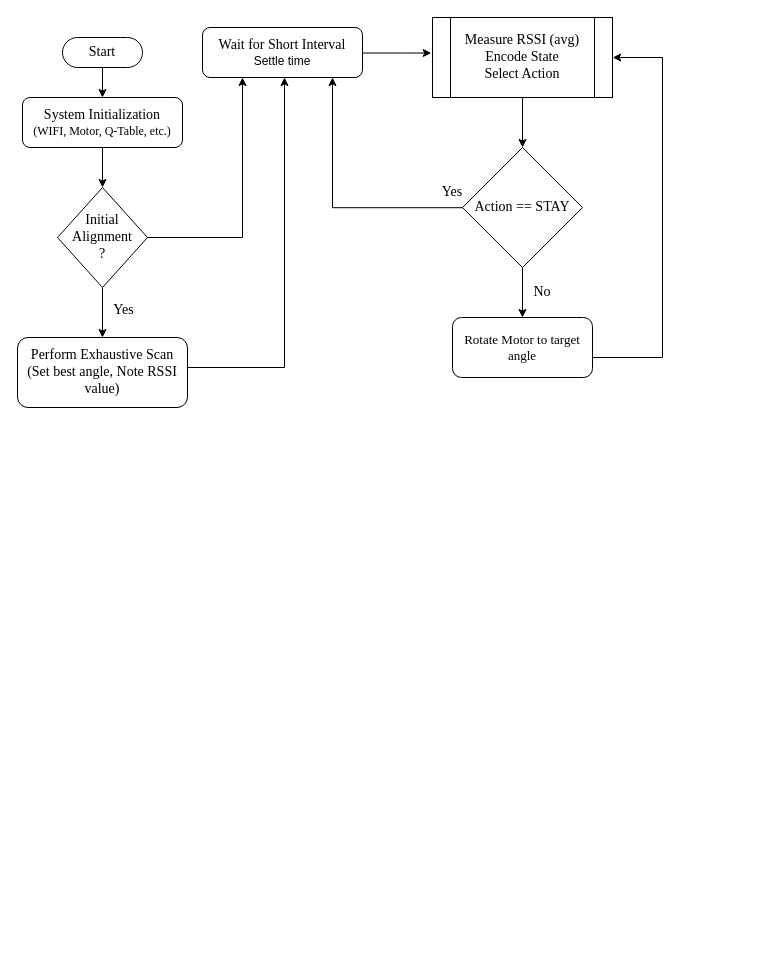
The draw.io diagram Reports/Untitled Diagram.drawio in bibekjoshi01/minor-project, before the edit. Source tidied: cells renumbered, new cells numbered last; positions are measured from the earlier drawing's top-left corner, leaving out a move shared by most shapes. Both pictures are drawn from the tidied source at 100%, with x=0, y=0 at pixel (17, 17).
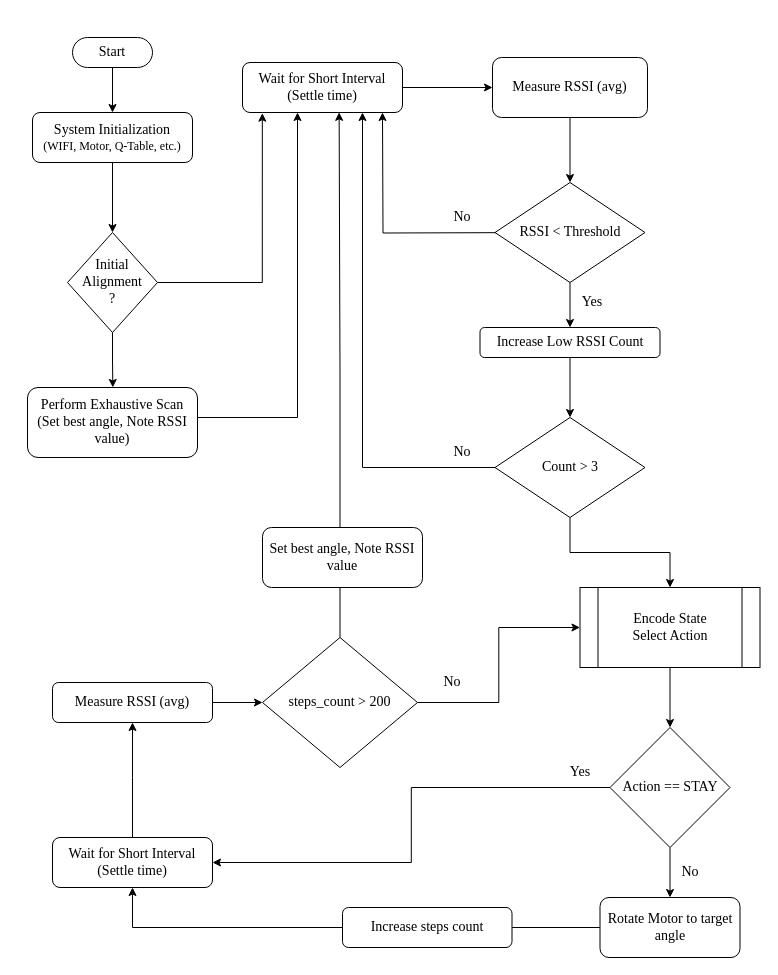
After the change.

Change to the diagram source:
```diff
@@
+    <mxCell id="9" style="edgeStyle=orthogonalEdgeStyle;rounded=0;jettySize=auto;html=1;" parent="1" edge="1" source="2" target="6">
+      <mxGeometry relative="1" as="geometry" />
+    </mxCell>
     <mxCell id="2" value="&lt;div&gt;&lt;font face=&quot;Times New Roman&quot; style=&quot;font-size: 14px;&quot;&gt;System Initialization&lt;/font&gt;&lt;/div&gt;&lt;font face=&quot;Times New Roman&quot;&gt;(WIFI, Motor, Q-Table, etc.)&lt;/font&gt;" style="rounded=1;whiteSpace=wrap;html=1;" parent="1" vertex="1">
-      <mxGeometry x="5" y="80" width="160" height="50" as="geometry" />
+      <mxGeometry x="15" y="95" width="160" height="50" as="geometry" />
     </mxCell>
-    <mxCell id="3" style="edgeStyle=orthogonalEdgeStyle;rounded=0;jettySize=auto;html=1;entryX=0.5;entryY=0;entryDx=0;entryDy=0;" parent="1" edge="1" source="6" target="11">
-      <mxGeometry relative="1" as="geometry" />
-    </mxCell>
-    <mxCell id="4" value="&lt;font face=&quot;Times New Roman&quot; style=&quot;font-size: 14px;&quot;&gt;Yes&lt;/font&gt;" style="edgeLabel;html=1;align=center;verticalAlign=middle;" parent="3" vertex="1">
-      <mxGeometry x="-0.13" relative="1" as="geometry">
-        <mxPoint x="20" as="offset" />
-      </mxGeometry>
-    </mxCell>
-    <mxCell id="5" style="edgeStyle=orthogonalEdgeStyle;rounded=0;jettySize=auto;html=1;exitX=1;exitY=0.5;exitDx=0;exitDy=0;entryX=0.25;entryY=1;entryDx=0;entryDy=0;" parent="1" edge="1" target="12">
-      <mxGeometry relative="1" as="geometry">
-        <mxPoint x="45" y="220" as="sourcePoint" />
-        <Array as="points">
-          <mxPoint x="225" y="220" />
-        </Array>
-      </mxGeometry>
-    </mxCell>
+    <mxCell id="23" style="edgeStyle=orthogonalEdgeStyle;rounded=0;jettySize=auto;html=1;entryX=0.124;entryY=1.014;entryDx=0;entryDy=0;entryPerimeter=0;" parent="1" edge="1" source="6" target="12">
+      <mxGeometry relative="1" as="geometry" />
+    </mxCell>
     <mxCell id="6" value="&lt;div&gt;Initial Alignment&lt;/div&gt;&lt;div&gt;?&lt;/div&gt;" style="rhombus;whiteSpace=wrap;html=1;fontFamily=Times New Roman;fontSize=14;" parent="1" vertex="1">
-      <mxGeometry x="40" y="170" width="90" height="100" as="geometry" />
+      <mxGeometry x="50" y="215" width="90" height="100" as="geometry" />
     </mxCell>
@@
     <mxCell id="8" value="&lt;font face=&quot;Times New Roman&quot; style=&quot;font-size: 14px;&quot;&gt;Start&lt;/font&gt;" style="html=1;dashed=0;whiteSpace=wrap;shape=mxgraph.dfd.start;" parent="1" vertex="1">
-      <mxGeometry x="45" y="20" width="80" height="30" as="geometry" />
+      <mxGeometry x="55" y="20" width="80" height="30" as="geometry" />
     </mxCell>
-    <mxCell id="9" style="edgeStyle=orthogonalEdgeStyle;rounded=0;jettySize=auto;html=1;entryX=0.5;entryY=0;entryDx=0;entryDy=0;" parent="1" edge="1" source="2" target="6">
-      <mxGeometry relative="1" as="geometry" />
-    </mxCell>
-    <mxCell id="10" style="edgeStyle=orthogonalEdgeStyle;rounded=0;orthogonalLoop=1;jettySize=auto;html=1;" parent="1" edge="1">
-      <mxGeometry relative="1" as="geometry">
-        <mxPoint x="105" y="350" as="sourcePoint" />
-        <mxPoint x="267" y="60" as="targetPoint" />
-        <Array as="points">
-          <mxPoint x="267" y="350" />
-        </Array>
-      </mxGeometry>
-    </mxCell>
+    <mxCell id="24" style="edgeStyle=orthogonalEdgeStyle;rounded=0;orthogonalLoop=1;jettySize=auto;html=1;" parent="1" edge="1">
+      <mxGeometry relative="1" as="geometry">
+        <mxPoint x="155" y="400" as="sourcePoint" />
+        <mxPoint x="280" y="95" as="targetPoint" />
+        <Array as="points">
+          <mxPoint x="280" y="400" />
+        </Array>
+      </mxGeometry>
+    </mxCell>
     <mxCell id="11" value="&lt;div&gt;&lt;font face=&quot;Times New Roman&quot; style=&quot;font-size: 14px;&quot;&gt;Perform Exhaustive Scan&lt;/font&gt;&lt;/div&gt;&lt;div&gt;&lt;font face=&quot;Times New Roman&quot; style=&quot;font-size: 14px;&quot;&gt;(Set best angle, Note RSSI value)&lt;/font&gt;&lt;/div&gt;" style="rounded=1;whiteSpace=wrap;html=1;" parent="1" vertex="1">
-      <mxGeometry y="320" width="170" height="70" as="geometry" />
+      <mxGeometry x="10" y="370" width="170" height="70" as="geometry" />
     </mxCell>
+    <mxCell id="25" style="edgeStyle=orthogonalEdgeStyle;rounded=0;jettySize=auto;html=1;entryX=0;entryY=0.5;entryDx=0;entryDy=0;" parent="1" edge="1" source="12" target="29">
+      <mxGeometry relative="1" as="geometry" />
+    </mxCell>
-    <mxCell id="12" value="&lt;div&gt;&lt;font face=&quot;Times New Roman&quot; style=&quot;font-size: 14px;&quot;&gt;Wait for Short Interval&lt;/font&gt;&lt;/div&gt;Settle time" style="rounded=1;whiteSpace=wrap;html=1;" parent="1" vertex="1">
-      <mxGeometry x="185" y="10" width="160" height="50" as="geometry" />
+    <mxCell id="12" value="&lt;div&gt;&lt;font face=&quot;Times New Roman&quot; style=&quot;font-size: 14px;&quot;&gt;Wait for Short Interval&lt;/font&gt;&lt;/div&gt;&lt;font face=&quot;Times New Roman&quot; style=&quot;font-size: 14px;&quot;&gt;(Settle time)&lt;/font&gt;" style="rounded=1;whiteSpace=wrap;html=1;" parent="1" vertex="1">
+      <mxGeometry x="225" y="45" width="160" height="50" as="geometry" />
     </mxCell>
@@
-    <mxCell id="14" value="&lt;div&gt;&lt;font face=&quot;Times New Roman&quot; style=&quot;font-size: 14px;&quot;&gt;Measure RSSI (avg)&lt;/font&gt;&lt;/div&gt;&lt;div&gt;&lt;font face=&quot;Times New Roman&quot; style=&quot;font-size: 14px;&quot;&gt;Encode State&lt;/font&gt;&lt;/div&gt;&lt;div&gt;&lt;font face=&quot;Times New Roman&quot; style=&quot;font-size: 14px;&quot;&gt;Select Action&lt;/font&gt;&lt;/div&gt;" style="shape=process;whiteSpace=wrap;html=1;backgroundOutline=1;" parent="1" vertex="1">
-      <mxGeometry x="415" width="180" height="80" as="geometry" />
+    <mxCell id="14" value="&lt;div&gt;&lt;font face=&quot;Times New Roman&quot; style=&quot;font-size: 14px;&quot;&gt;Encode State&lt;/font&gt;&lt;/div&gt;&lt;div&gt;&lt;font face=&quot;Times New Roman&quot; style=&quot;font-size: 14px;&quot;&gt;Select Action&lt;/font&gt;&lt;/div&gt;" style="shape=process;whiteSpace=wrap;html=1;backgroundOutline=1;" parent="1" vertex="1">
+      <mxGeometry x="562.5" y="570" width="180" height="80" as="geometry" />
     </mxCell>
-    <mxCell id="15" style="edgeStyle=orthogonalEdgeStyle;rounded=0;jettySize=auto;html=1;entryX=-0.007;entryY=0.444;entryDx=0;entryDy=0;entryPerimeter=0;" parent="1" edge="1" source="12" target="14">
-      <mxGeometry relative="1" as="geometry">
-        <Array as="points">
-          <mxPoint x="387" y="36" />
-        </Array>
-      </mxGeometry>
-    </mxCell>
@@
-    <mxCell id="17" style="edgeStyle=orthogonalEdgeStyle;rounded=0;jettySize=auto;html=1;entryX=0.938;entryY=1;entryDx=0;entryDy=0;entryPerimeter=0;exitX=0.672;exitY=1.007;exitDx=0;exitDy=0;exitPerimeter=0;" parent="1" edge="1" source="22">
-      <mxGeometry relative="1" as="geometry">
-        <mxPoint x="315" y="60" as="targetPoint" />
-        <Array as="points">
-          <mxPoint x="315" y="190" />
-        </Array>
-      </mxGeometry>
-    </mxCell>
+    <mxCell id="26" style="edgeStyle=orthogonalEdgeStyle;rounded=0;jettySize=auto;html=1;entryX=1;entryY=0.5;entryDx=0;entryDy=0;" parent="1" edge="1" source="18" target="44">
+      <mxGeometry relative="1" as="geometry" />
+    </mxCell>
     <mxCell id="18" value="&lt;div&gt;&lt;br&gt;&lt;/div&gt;&lt;div&gt;Action&amp;nbsp;== STAY&lt;/div&gt;&lt;div&gt;&lt;br&gt;&lt;/div&gt;" style="rhombus;whiteSpace=wrap;html=1;fontFamily=Times New Roman;fontSize=14;" parent="1" vertex="1">
-      <mxGeometry x="445" y="130" width="120" height="120" as="geometry" />
+      <mxGeometry x="592.5" y="710" width="120" height="120" as="geometry" />
     </mxCell>
-    <mxCell id="19" style="edgeStyle=orthogonalEdgeStyle;rounded=0;orthogonalLoop=1;jettySize=auto;html=1;entryX=1.001;entryY=0.376;entryDx=0;entryDy=0;entryPerimeter=0;" parent="1" edge="1">
-      <mxGeometry relative="1" as="geometry">
-        <mxPoint x="575" y="340" as="sourcePoint" />
-        <mxPoint x="595.2" y="40" as="targetPoint" />
-        <Array as="points">
-          <mxPoint x="645" y="340" />
-          <mxPoint x="645" y="40" />
-        </Array>
-      </mxGeometry>
-    </mxCell>
+    <mxCell id="27" style="edgeStyle=orthogonalEdgeStyle;rounded=0;jettySize=auto;html=1;entryX=0.5;entryY=1;entryDx=0;entryDy=0;" parent="1" edge="1" source="20" target="44">
+      <mxGeometry relative="1" as="geometry" />
+    </mxCell>
-    <mxCell id="20" value="&lt;font face=&quot;Times New Roman&quot; style=&quot;font-size: 13px;&quot;&gt;Rotate Motor to target angle&lt;/font&gt;" style="rounded=1;whiteSpace=wrap;html=1;" parent="1" vertex="1">
-      <mxGeometry x="435" y="300" width="140" height="60" as="geometry" />
+    <mxCell id="20" value="&lt;font face=&quot;Times New Roman&quot; style=&quot;font-size: 14px;&quot;&gt;Rotate Motor to target angle&lt;/font&gt;" style="rounded=1;whiteSpace=wrap;html=1;" parent="1" vertex="1">
+      <mxGeometry x="582.5" y="880" width="140" height="60" as="geometry" />
     </mxCell>
     <mxCell id="21" value="No" style="text;html=1;whiteSpace=wrap;strokeColor=none;fillColor=none;align=center;verticalAlign=middle;rounded=0;fontSize=14;fontFamily=Times New Roman;" parent="1" vertex="1">
-      <mxGeometry x="495" y="260" width="60" height="30" as="geometry" />
+      <mxGeometry x="642.5" y="840" width="60" height="30" as="geometry" />
     </mxCell>
-    <mxCell id="22" value="&lt;font face=&quot;Times New Roman&quot; style=&quot;font-size: 14px;&quot;&gt;Yes&lt;/font&gt;" style="text;html=1;whiteSpace=wrap;strokeColor=none;fillColor=none;align=center;verticalAlign=middle;rounded=0;" parent="1" vertex="1">
-      <mxGeometry x="405" y="160" width="60" height="30" as="geometry" />
-    </mxCell>
+    <mxCell id="28" style="edgeStyle=orthogonalEdgeStyle;rounded=0;jettySize=auto;html=1;entryX=0.5;entryY=0;entryDx=0;entryDy=0;" parent="1" edge="1" source="29" target="32">
+      <mxGeometry relative="1" as="geometry" />
+    </mxCell>
+    <mxCell id="29" value="&lt;div&gt;&lt;font face=&quot;Times New Roman&quot; style=&quot;font-size: 14px;&quot;&gt;Measure RSSI (avg)&lt;/font&gt;&lt;/div&gt;" style="rounded=1;whiteSpace=wrap;html=1;" parent="1" vertex="1">
+      <mxGeometry x="475" y="40" width="155" height="60" as="geometry" />
+    </mxCell>
+    <mxCell id="30" style="edgeStyle=orthogonalEdgeStyle;rounded=0;orthogonalLoop=1;jettySize=auto;html=1;entryX=0.5;entryY=1;entryDx=0;entryDy=0;" parent="1" edge="1">
+      <mxGeometry relative="1" as="geometry">
+        <mxPoint x="537.5" y="215" as="sourcePoint" />
+        <mxPoint x="365" y="95" as="targetPoint" />
+      </mxGeometry>
+    </mxCell>
+    <mxCell id="31" style="edgeStyle=orthogonalEdgeStyle;rounded=0;jettySize=auto;html=1;entryX=0.5;entryY=0;entryDx=0;entryDy=0;" parent="1" edge="1" source="32" target="35">
+      <mxGeometry relative="1" as="geometry" />
+    </mxCell>
+    <mxCell id="32" value="RSSI &amp;lt; Threshold" style="rhombus;whiteSpace=wrap;html=1;fontFamily=Times New Roman;fontSize=14;" parent="1" vertex="1">
+      <mxGeometry x="477.5" y="165" width="150" height="100" as="geometry" />
+    </mxCell>
+    <mxCell id="33" value="&lt;font face=&quot;Times New Roman&quot; style=&quot;font-size: 14px;&quot;&gt;No&lt;/font&gt;" style="text;html=1;whiteSpace=wrap;strokeColor=none;fillColor=none;align=center;verticalAlign=middle;rounded=0;" parent="1" vertex="1">
+      <mxGeometry x="415" y="185" width="60" height="30" as="geometry" />
+    </mxCell>
+    <mxCell id="3" style="edgeStyle=orthogonalEdgeStyle;rounded=0;jettySize=auto;html=1;entryX=0.502;entryY=-0.001;entryDx=0;entryDy=0;entryPerimeter=0;" parent="1" edge="1" source="6" target="11">
+      <mxGeometry relative="1" as="geometry" />
+    </mxCell>
+    <mxCell id="34" style="edgeStyle=orthogonalEdgeStyle;rounded=0;jettySize=auto;html=1;entryX=0.5;entryY=0;entryDx=0;entryDy=0;" parent="1" edge="1" source="35" target="38">
+      <mxGeometry relative="1" as="geometry" />
+    </mxCell>
+    <mxCell id="35" value="&lt;font face=&quot;Times New Roman&quot; style=&quot;font-size: 14px;&quot;&gt;Increase Low RSSI Count&lt;/font&gt;" style="rounded=1;whiteSpace=wrap;html=1;" parent="1" vertex="1">
+      <mxGeometry x="462.5" y="310" width="180" height="30" as="geometry" />
+    </mxCell>
+    <mxCell id="36" style="edgeStyle=orthogonalEdgeStyle;rounded=0;jettySize=auto;html=1;entryX=0.75;entryY=1;entryDx=0;entryDy=0;" parent="1" edge="1" target="12">
+      <mxGeometry relative="1" as="geometry">
+        <mxPoint x="477.5" y="450" as="sourcePoint" />
+        <Array as="points">
+          <mxPoint x="345" y="450" />
+        </Array>
+      </mxGeometry>
+    </mxCell>
+    <mxCell id="37" style="edgeStyle=orthogonalEdgeStyle;rounded=0;jettySize=auto;html=1;entryX=0.5;entryY=0;entryDx=0;entryDy=0;" parent="1" edge="1" source="38" target="14">
+      <mxGeometry relative="1" as="geometry" />
+    </mxCell>
+    <mxCell id="38" value="Count &amp;gt; 3" style="rhombus;whiteSpace=wrap;html=1;fontFamily=Times New Roman;fontSize=14;" parent="1" vertex="1">
+      <mxGeometry x="477.5" y="400" width="150" height="100" as="geometry" />
+    </mxCell>
+    <mxCell id="39" value="&lt;font face=&quot;Times New Roman&quot; style=&quot;font-size: 14px;&quot;&gt;Yes&lt;/font&gt;" style="text;html=1;whiteSpace=wrap;strokeColor=none;fillColor=none;align=center;verticalAlign=middle;rounded=0;" parent="1" vertex="1">
+      <mxGeometry x="545" y="270" width="60" height="30" as="geometry" />
+    </mxCell>
+    <mxCell id="40" value="&lt;font style=&quot;font-size: 14px;&quot; face=&quot;Times New Roman&quot;&gt;No&lt;/font&gt;" style="text;html=1;whiteSpace=wrap;strokeColor=none;fillColor=none;align=center;verticalAlign=middle;rounded=0;" parent="1" vertex="1">
+      <mxGeometry x="415" y="420" width="60" height="30" as="geometry" />
+    </mxCell>
+    <mxCell id="41" style="edgeStyle=orthogonalEdgeStyle;rounded=0;jettySize=auto;html=1;entryX=0;entryY=0.5;entryDx=0;entryDy=0;" parent="1" edge="1" source="42" target="49">
+      <mxGeometry relative="1" as="geometry" />
+    </mxCell>
+    <mxCell id="42" value="&lt;div&gt;&lt;font face=&quot;Times New Roman&quot; style=&quot;font-size: 14px;&quot;&gt;Measure RSSI (avg)&lt;/font&gt;&lt;/div&gt;" style="rounded=1;whiteSpace=wrap;html=1;" parent="1" vertex="1">
+      <mxGeometry x="35" y="665" width="160" height="40" as="geometry" />
+    </mxCell>
+    <mxCell id="43" style="edgeStyle=orthogonalEdgeStyle;rounded=0;jettySize=auto;html=1;" parent="1" edge="1" source="44" target="42">
+      <mxGeometry relative="1" as="geometry">
+        <Array as="points">
+          <mxPoint x="115" y="760" />
+          <mxPoint x="115" y="760" />
+        </Array>
+      </mxGeometry>
+    </mxCell>
+    <mxCell id="44" value="&lt;div&gt;&lt;font face=&quot;Times New Roman&quot; style=&quot;font-size: 14px;&quot;&gt;Wait for Short Interval&lt;/font&gt;&lt;/div&gt;&lt;font face=&quot;Times New Roman&quot; style=&quot;font-size: 14px;&quot;&gt;(Settle time)&lt;/font&gt;" style="rounded=1;whiteSpace=wrap;html=1;" parent="1" vertex="1">
+      <mxGeometry x="35" y="820" width="160" height="50" as="geometry" />
+    </mxCell>
+    <mxCell id="45" value="&lt;font face=&quot;Times New Roman&quot; style=&quot;font-size: 14px;&quot;&gt;Yes&lt;/font&gt;" style="text;html=1;whiteSpace=wrap;strokeColor=none;fillColor=none;align=center;verticalAlign=middle;rounded=0;" parent="1" vertex="1">
+      <mxGeometry x="532.5" y="740" width="60" height="30" as="geometry" />
+    </mxCell>
+    <mxCell id="46" value="&lt;font face=&quot;Times New Roman&quot; style=&quot;font-size: 14px;&quot;&gt;Increase steps count&lt;/font&gt;" style="rounded=1;whiteSpace=wrap;html=1;" parent="1" vertex="1">
+      <mxGeometry x="325" y="890" width="169.5" height="40" as="geometry" />
+    </mxCell>
+    <mxCell id="47" style="edgeStyle=orthogonalEdgeStyle;rounded=0;jettySize=auto;html=1;entryX=0;entryY=0.5;entryDx=0;entryDy=0;" parent="1" edge="1" source="49" target="14">
+      <mxGeometry relative="1" as="geometry" />
+    </mxCell>
+    <mxCell id="48" style="edgeStyle=orthogonalEdgeStyle;rounded=0;jettySize=auto;html=1;entryX=0.604;entryY=0.997;entryDx=0;entryDy=0;entryPerimeter=0;" parent="1" edge="1" source="49" target="12">
+      <mxGeometry relative="1" as="geometry" />
+    </mxCell>
+    <mxCell id="49" value="&lt;div&gt;steps_count &amp;gt; 200&lt;/div&gt;" style="rhombus;whiteSpace=wrap;html=1;fontFamily=Times New Roman;fontSize=14;" parent="1" vertex="1">
+      <mxGeometry x="245" y="620" width="155" height="130" as="geometry" />
+    </mxCell>
+    <mxCell id="50" value="&lt;font face=&quot;Times New Roman&quot; style=&quot;font-size: 14px;&quot;&gt;No&lt;/font&gt;" style="text;html=1;whiteSpace=wrap;strokeColor=none;fillColor=none;align=center;verticalAlign=middle;rounded=0;" parent="1" vertex="1">
+      <mxGeometry x="405" y="650" width="60" height="30" as="geometry" />
+    </mxCell>
+    <mxCell id="51" value="&lt;font face=&quot;Times New Roman&quot; style=&quot;font-size: 14px;&quot;&gt;Set best angle, Note RSSI value&lt;/font&gt;" style="rounded=1;whiteSpace=wrap;html=1;" parent="1" vertex="1">
+      <mxGeometry x="245" y="510" width="160" height="60" as="geometry" />
+    </mxCell>
```
